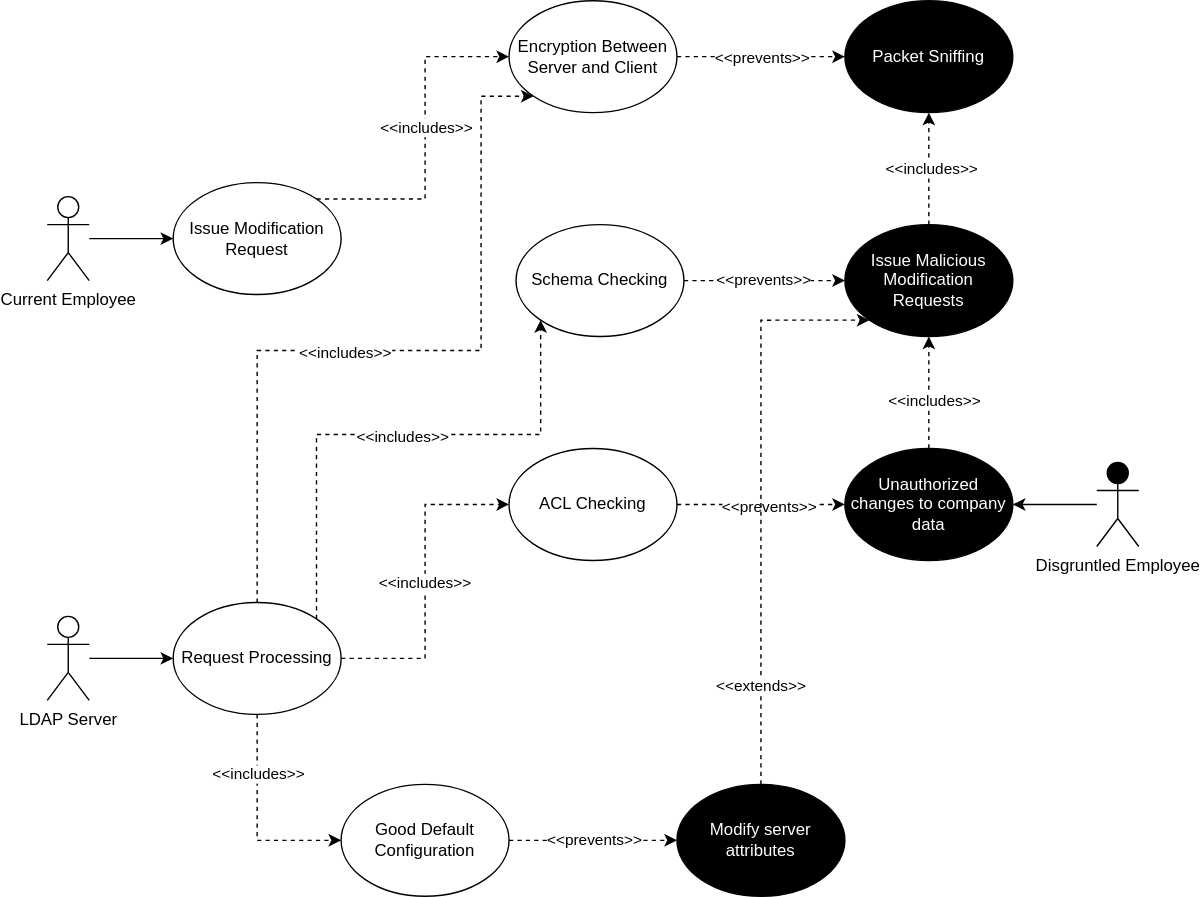
bartelsjoshuac/SAPG keeps this draw.io diagram as images/MDFY_Full_Diagram.svg. Above is the earlier version. Source tidied: cells renumbered, new cells last; positions are measured from the earlier drawing's top-left corner, leaving out a move shared by most shapes.
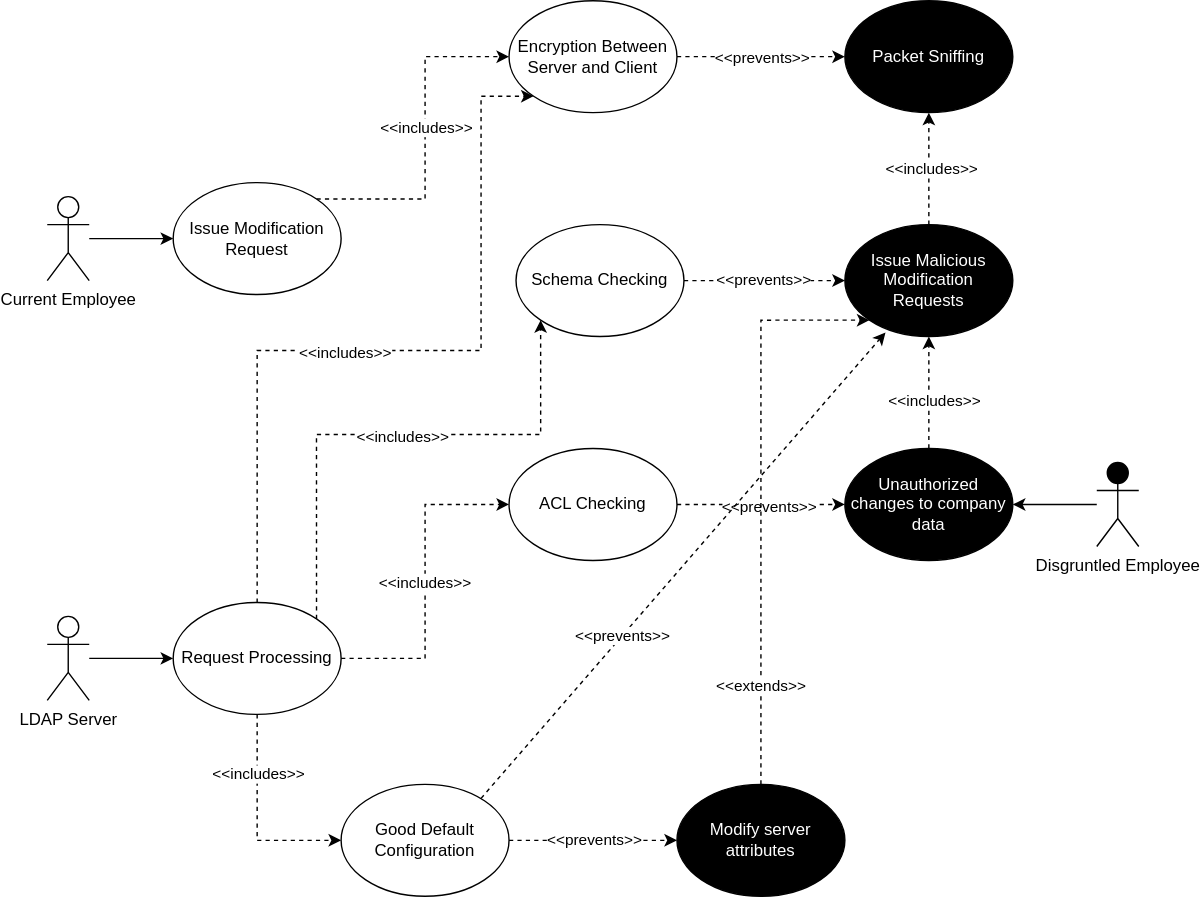
After the change.

Change to the diagram source:
```diff
@@ -138,5 +138,13 @@
     <mxCell id="41" value="Good Default Configuration" style="ellipse;whiteSpace=wrap;html=1;fillColor=#FFFFFF;" parent="1" vertex="1">
       <mxGeometry x="210" y="560" width="120" height="80" as="geometry" />
     </mxCell>
+    <mxCell id="42" style="endArrow=classic;html=1;rounded=0;entryX=0.242;entryY=0.963;entryDx=0;entryDy=0;entryPerimeter=0;dashed=1;" parent="1" edge="1" target="27">
+      <mxGeometry relative="1" as="geometry">
+        <mxPoint x="310" y="570" as="sourcePoint" />
+      </mxGeometry>
+    </mxCell>
+    <mxCell id="43" value="&amp;lt;&amp;lt;prevents&amp;gt;&amp;gt;" style="edgeLabel;html=1;align=center;verticalAlign=middle;" parent="42" vertex="1">
+      <mxGeometry x="-0.3" relative="1" as="geometry" />
+    </mxCell>
   </root>
 </mxGraphModel>
```
